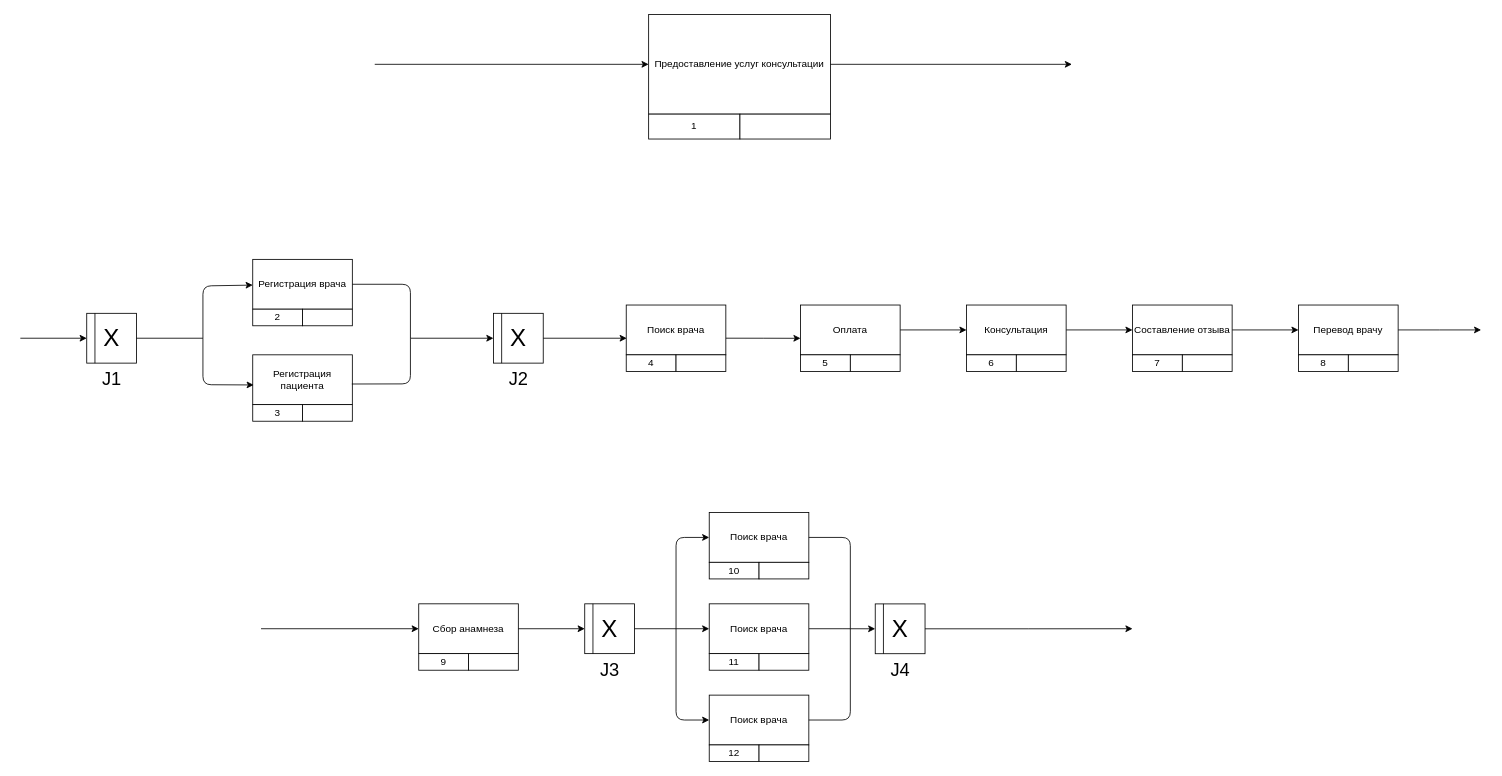
Above: 4 курс/7 семестр/МиСПИС 4/1.drawio in IlyaDzh/SevSU (draw.io), before the change. Source tidied: cells renumbered, new cells numbered last; positions are measured from the earlier drawing's top-left corner, leaving out a move shared by most shapes. Both pictures are drawn from the tidied source at 83%, with x=0, y=0 at pixel (20, 14).
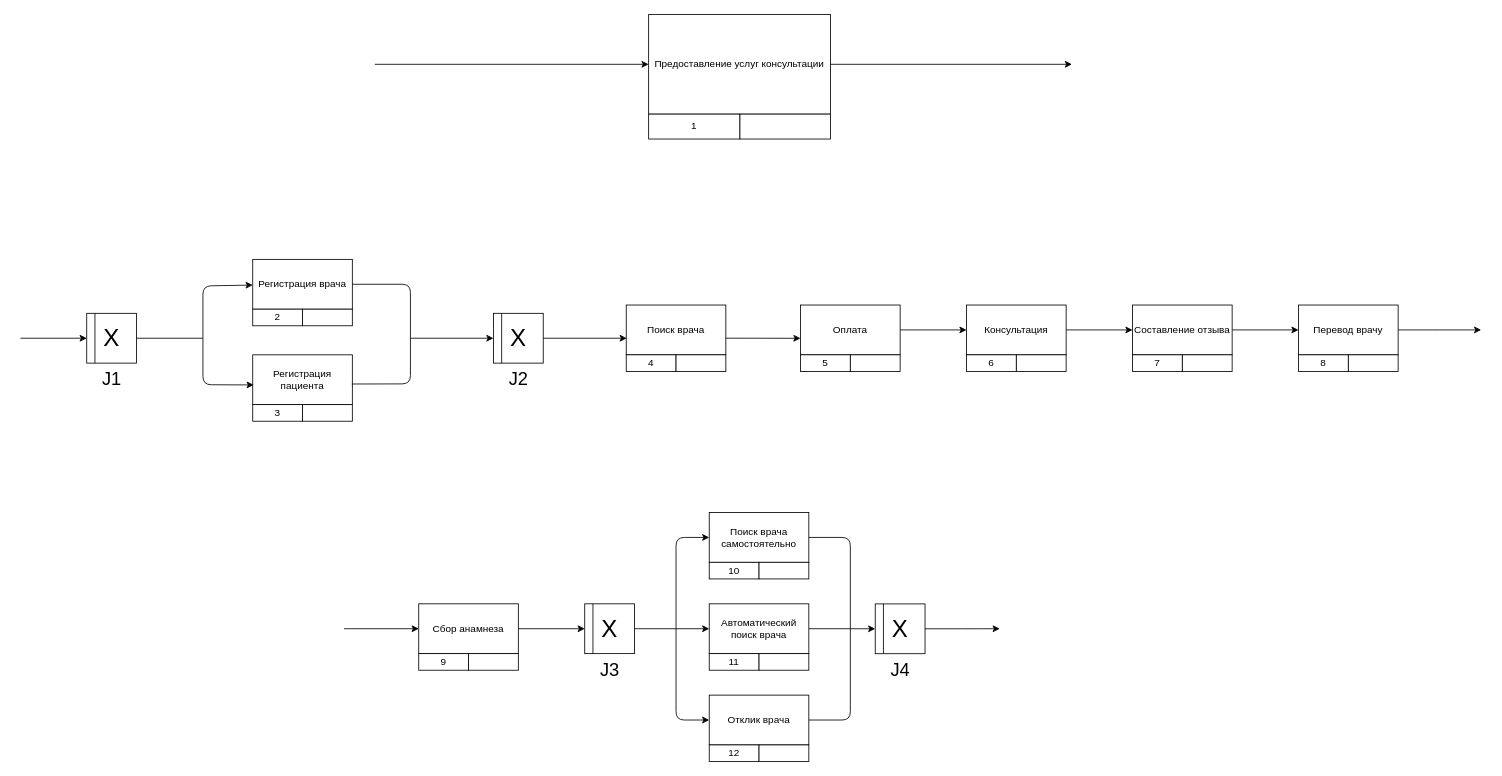
After the change.

Unchanged cells that the change refers to:
```xml
<mxCell id="52" value="Сбор анамнеза" style="rounded=0;whiteSpace=wrap;html=1;" parent="51" vertex="1">
  <mxGeometry width="120" height="60" as="geometry" />
</mxCell>
<mxCell id="76" value="&lt;font style=&quot;font-size: 29px&quot;&gt;X&lt;/font&gt;" style="rounded=0;whiteSpace=wrap;html=1;" parent="75" vertex="1">
  <mxGeometry width="60" height="60" as="geometry" />
</mxCell>
```

Change to the diagram source:
```diff
@@
     <mxCell id="59" style="endArrow=classic;html=1;entryX=0;entryY=0.5;entryDx=0;entryDy=0;" parent="1" edge="1" target="52">
       <mxGeometry relative="1" as="geometry">
-        <mxPoint x="290" y="740" as="sourcePoint" />
+        <mxPoint x="390" y="740" as="sourcePoint" />
       </mxGeometry>
     </mxCell>
@@
-    <mxCell id="61" value="Поиск врача" style="rounded=0;whiteSpace=wrap;html=1;" parent="1" vertex="1">
+    <mxCell id="61" value="Поиск врача самостоятельно" style="rounded=0;whiteSpace=wrap;html=1;" parent="1" vertex="1">
       <mxGeometry x="830" y="600" width="120" height="60" as="geometry" />
     </mxCell>
@@
-    <mxCell id="65" value="Поиск врача" style="rounded=0;whiteSpace=wrap;html=1;" parent="1" vertex="1">
+    <mxCell id="65" value="Автоматический поиск врача" style="rounded=0;whiteSpace=wrap;html=1;" parent="1" vertex="1">
       <mxGeometry x="830" y="710" width="120" height="60" as="geometry" />
     </mxCell>
@@
-    <mxCell id="68" value="Поиск врача" style="rounded=0;whiteSpace=wrap;html=1;" parent="1" vertex="1">
+    <mxCell id="68" value="Отклик врача" style="rounded=0;whiteSpace=wrap;html=1;" parent="1" vertex="1">
       <mxGeometry x="830" y="820" width="120" height="60" as="geometry" />
     </mxCell>
@@
     <mxCell id="81" style="edgeStyle=orthogonalEdgeStyle;rounded=0;jettySize=auto;html=1;exitX=1;exitY=0.5;exitDx=0;exitDy=0;" parent="1" edge="1" source="76">
       <mxGeometry relative="1" as="geometry">
-        <mxPoint x="1340" y="740" as="targetPoint" />
+        <mxPoint x="1180" y="740" as="targetPoint" />
       </mxGeometry>
     </mxCell>
```
